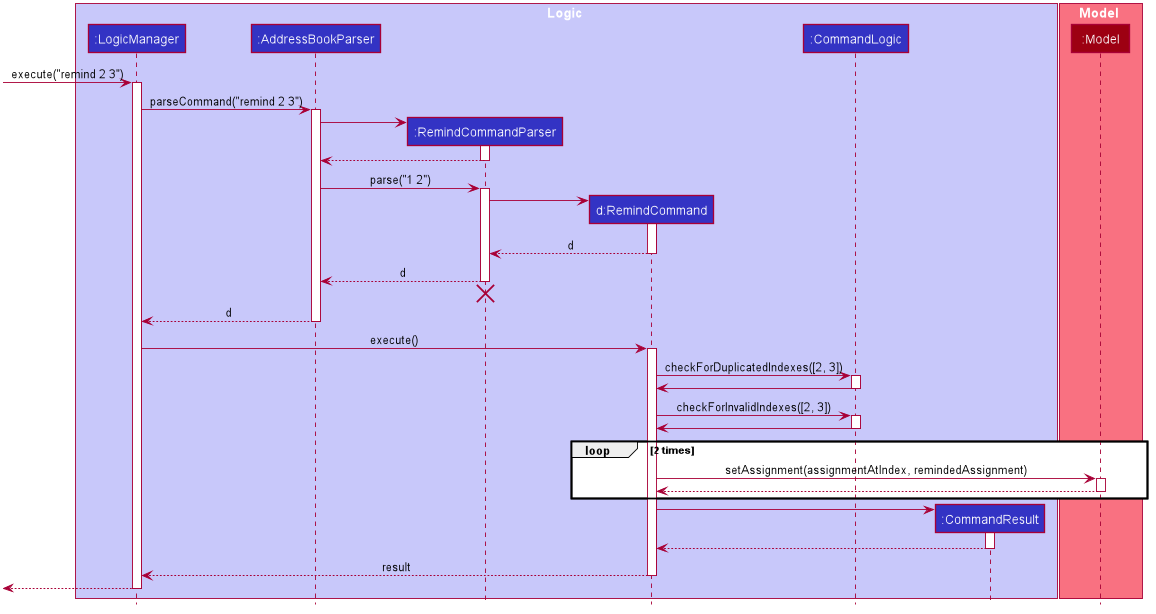
nus-cs2103-AY2021S1/tp keeps this PlantUML diagram as docs/images/RemindMultipleSequenceDiagram.png. Above is the earlier version.
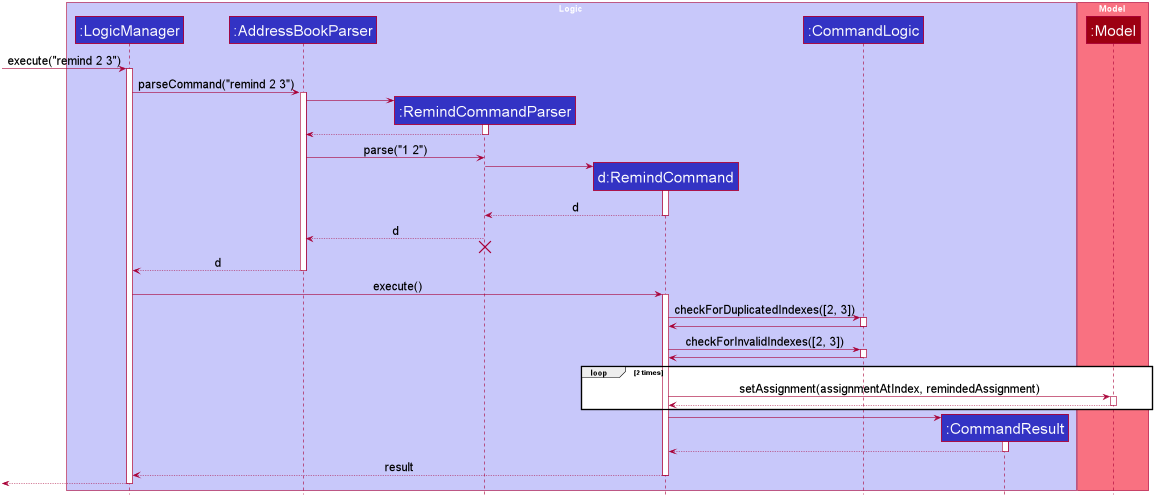
The same diagram one commit later.

Commit message:
Increase font size

Diff of the diagram source:
```diff
@@ -48,6 +48,9 @@
 hide footbox
 hide members
 hide circle
+skinparam ParticipantFontSize 25
+skinparam ArrowFontSize 20
+skinparam FontSize 20
 
 box Logic #C8C8FA
 participant ":LogicManager" as LogicManager #3333C4
@@ -76,7 +79,6 @@
 deactivate RemindCommandParser
 
 AddressBookParser -> RemindCommandParser : parse("1 2")
-activate RemindCommandParser
 
 create RemindCommand
 RemindCommandParser -> RemindCommand
@@ -86,7 +88,6 @@
 deactivate RemindCommand
 
 RemindCommandParser --> AddressBookParser : d
-deactivate RemindCommandParser
 RemindCommandParser -[hidden]-> AddressBookParser
 destroy RemindCommandParser
 
```
